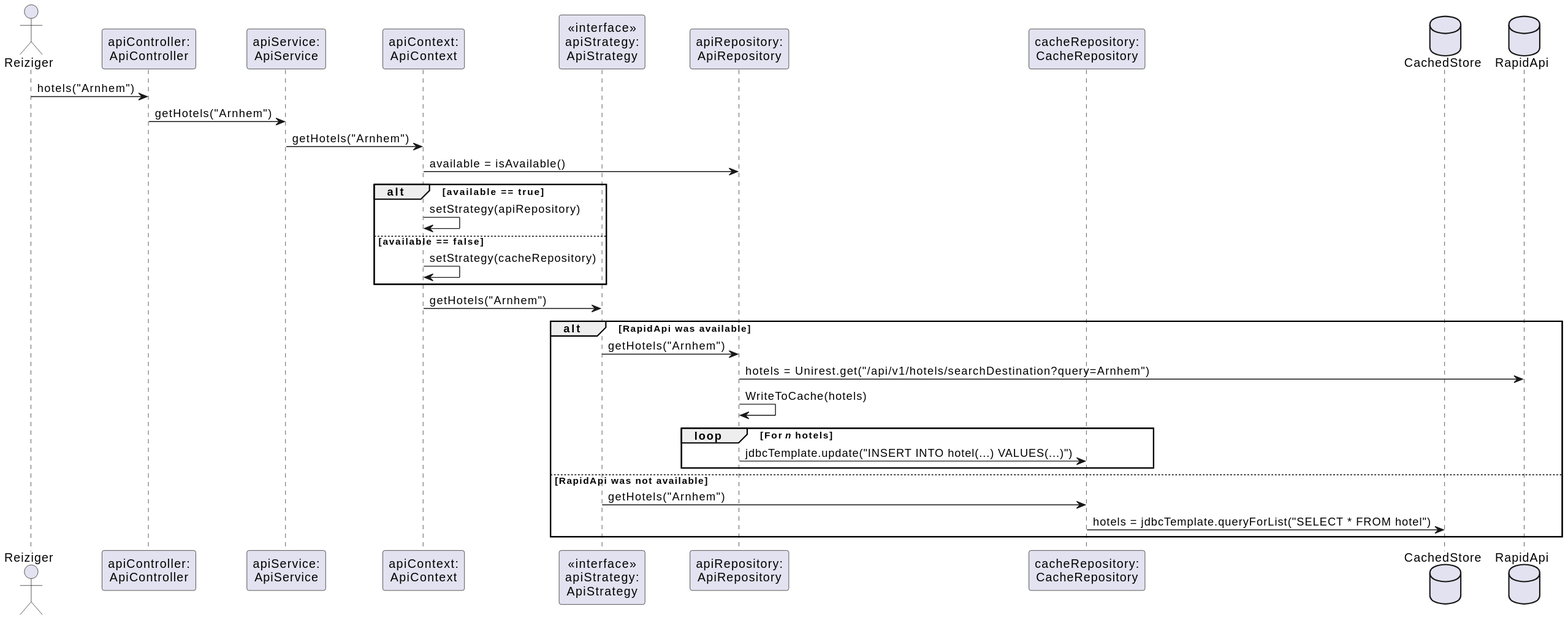
Earlier version of the PlantUML export opdracht-diagrammen/code_diagram_ramon.svg (AIM-ENE-feb25/triptop-groep-3-pedro-ramon-mees).
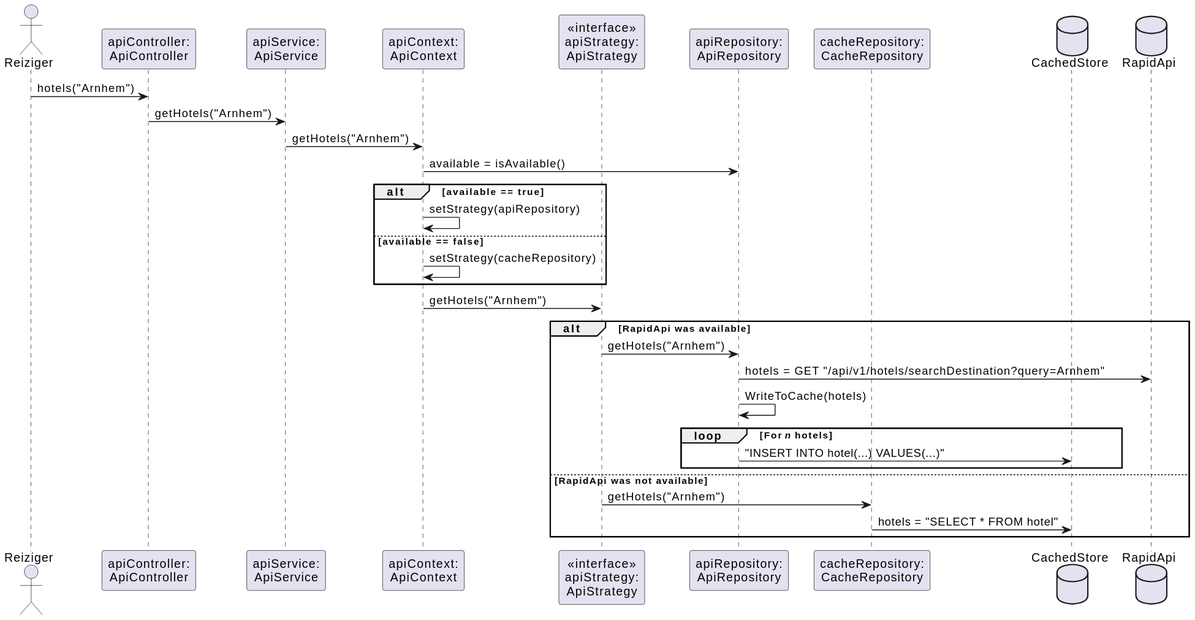
Above is the later version.

Commit message:
Update sequence diagram

Change to the diagram source:
```diff
@@ -24,13 +24,13 @@
 context -> strategy: getHotels("Arnhem")
 alt RapidApi was available
     strategy -> api: getHotels("Arnhem")
-    api -> RapidApi: hotels = Unirest.get("/api/v1/hotels/searchDestination?query=Arnhem")
+    api -> RapidApi: hotels = GET "/api/v1/hotels/searchDestination?query=Arnhem"
     api -> api: WriteToCache(hotels)
     loop For //n// hotels
-        api -> cache: jdbcTemplate.update("INSERT INTO hotel(...) VALUES(...)")
+        api -> CachedStore: "INSERT INTO hotel(...) VALUES(...)"
     end
 else RapidApi was not available
     strategy -> cache: getHotels("Arnhem")
-    cache -> CachedStore: hotels = jdbcTemplate.queryForList("SELECT * FROM hotel")
+    cache -> CachedStore: hotels = "SELECT * FROM hotel"
 end
 @enduml
```
